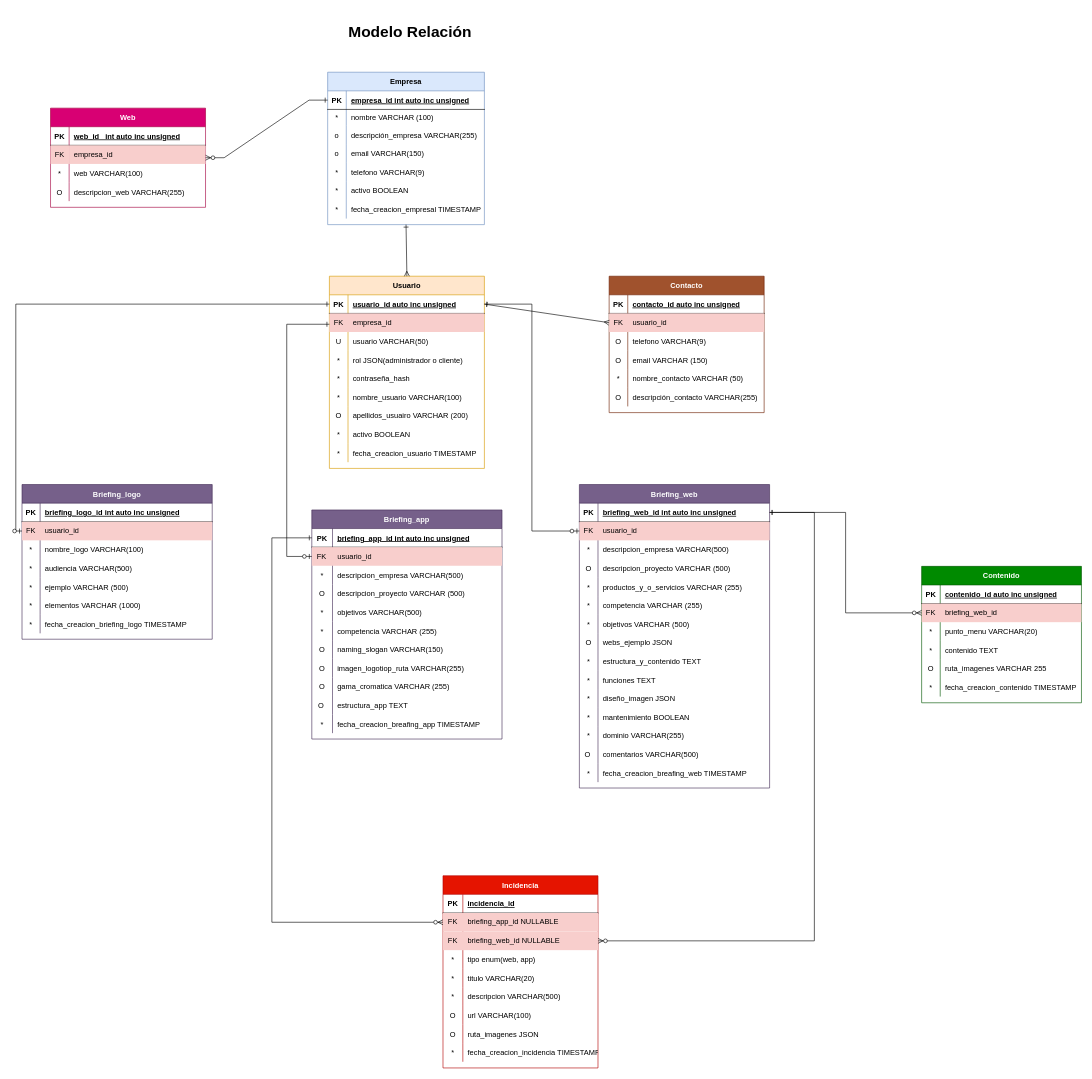
Before: traduccion-relaciones.drawio in cnievaslozano/crm-myproject, a draw.io diagram. Source tidied: cells renumbered, new cells numbered last; positions are measured from the earlier drawing's top-left corner, leaving out a move shared by most shapes. Both pictures are drawn from the tidied source at 62%, with x=0, y=0 at pixel (22, 21).
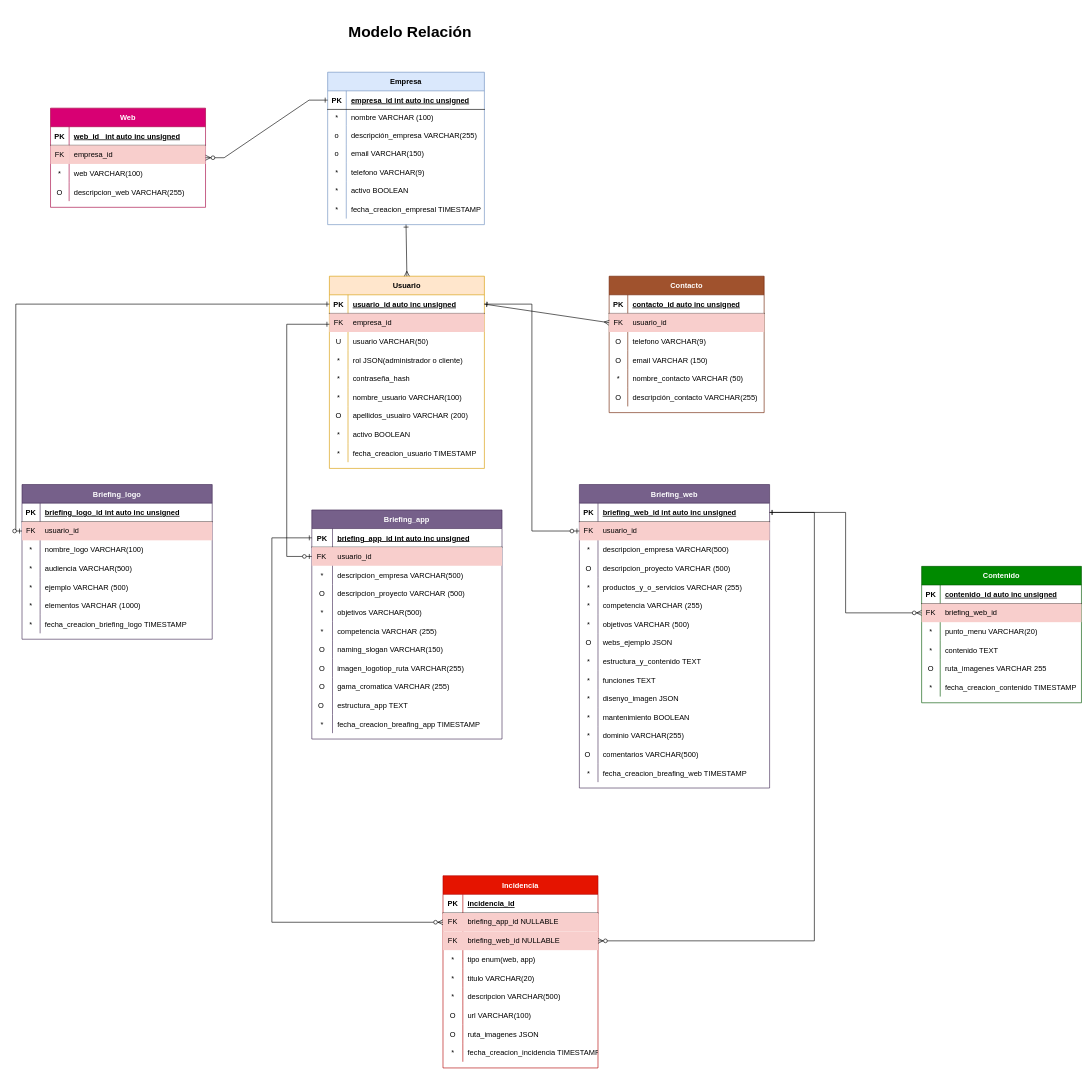
Above is the later version.

Unchanged cells that the change refers to:
```xml
<mxCell id="103" style="shape=tableRow;horizontal=0;startSize=0;swimlaneHead=0;swimlaneBody=0;fillColor=none;top=0;left=0;right=0;bottom=0;" parent="72" vertex="1">
  <mxGeometry y="330" width="306.8" height="30" as="geometry" />
</mxCell>
```

What changed in the source:
```diff
@@
-    <mxCell id="105" value="diseño_imagen JSON" style="shape=partialRectangle;fillColor=none;top=0;left=0;bottom=0;right=0;align=left;spacingLeft=6;overflow=hidden;" parent="103" vertex="1">
+    <mxCell id="105" value="disenyo_imagen JSON" style="shape=partialRectangle;fillColor=none;top=0;left=0;bottom=0;right=0;align=left;spacingLeft=6;overflow=hidden;" parent="103" vertex="1">
       <mxGeometry x="30" width="276.8" height="30" as="geometry" />
     </mxCell>
```
